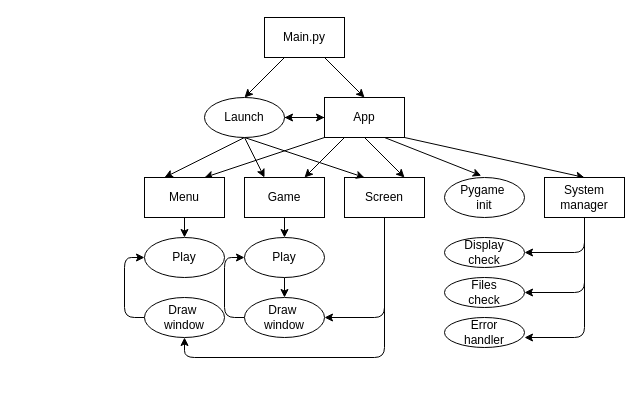
This is drawio.drawio from shaertiar/Python-Escape-from-Fight-Club, a draw.io file, before an edit. Source tidied: cells renumbered, new cells numbered last; positions are measured from the earlier drawing's top-left corner, leaving out a move shared by most shapes. Both pictures are drawn from the tidied source at 100%, with x=0, y=0 at pixel (124, 17).
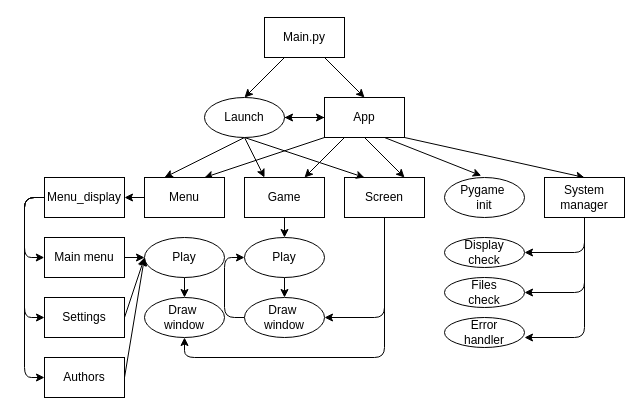
The same page after the edit.

The change refers to these unchanged cells:
```xml
<mxCell id="12" value="Menu&lt;br&gt;" style="whiteSpace=wrap;html=1;" parent="1" vertex="1">
  <mxGeometry x="20" y="160" width="80" height="40" as="geometry" />
</mxCell>
<mxCell id="33" value="Play&lt;br&gt;" style="ellipse;whiteSpace=wrap;html=1;" parent="1" vertex="1">
  <mxGeometry x="20" y="220" width="80" height="40" as="geometry" />
</mxCell>
<mxCell id="35" value="Draw&amp;nbsp;&lt;br&gt;window&lt;br&gt;" style="ellipse;whiteSpace=wrap;html=1;" parent="1" vertex="1">
  <mxGeometry x="20" y="280" width="80" height="40" as="geometry" />
</mxCell>
```

The edit, as a diff of the source:
```diff
@@
-    <mxCell id="11" style="edgeStyle=none;html=1;exitX=0.5;exitY=1;exitDx=0;exitDy=0;entryX=0.5;entryY=0;entryDx=0;entryDy=0;" parent="1" edge="1" source="12" target="33">
-      <mxGeometry relative="1" as="geometry" />
-    </mxCell>
+    <mxCell id="39" style="edgeStyle=none;html=1;exitX=0;exitY=0.5;exitDx=0;exitDy=0;entryX=1;entryY=0.5;entryDx=0;entryDy=0;" parent="1" edge="1" source="12" target="44">
+      <mxGeometry relative="1" as="geometry" />
+    </mxCell>
@@
+    <mxCell id="40" style="edgeStyle=none;html=1;exitX=0.5;exitY=1;exitDx=0;exitDy=0;entryX=0.5;entryY=0;entryDx=0;entryDy=0;" parent="1" edge="1" source="33" target="35">
+      <mxGeometry relative="1" as="geometry" />
+    </mxCell>
@@
-    <mxCell id="34" style="edgeStyle=none;html=1;exitX=0;exitY=0.5;exitDx=0;exitDy=0;entryX=0;entryY=0.5;entryDx=0;entryDy=0;" parent="1" edge="1" source="35" target="33">
-      <mxGeometry relative="1" as="geometry">
-        <Array as="points">
-          <mxPoint y="300" />
-          <mxPoint y="240" />
-        </Array>
-      </mxGeometry>
-    </mxCell>
@@
+    <mxCell id="41" style="edgeStyle=none;html=1;exitX=0;exitY=0.5;exitDx=0;exitDy=0;" parent="1" edge="1" source="44">
+      <mxGeometry relative="1" as="geometry">
+        <mxPoint x="-80.2" y="240" as="targetPoint" />
+        <Array as="points">
+          <mxPoint x="-100" y="180" />
+          <mxPoint x="-100" y="240" />
+        </Array>
+      </mxGeometry>
+    </mxCell>
+    <mxCell id="42" style="edgeStyle=none;html=1;exitX=0;exitY=0.5;exitDx=0;exitDy=0;entryX=0;entryY=0.5;entryDx=0;entryDy=0;" parent="1" edge="1" source="44" target="48">
+      <mxGeometry relative="1" as="geometry">
+        <Array as="points">
+          <mxPoint x="-100" y="180" />
+          <mxPoint x="-100" y="300" />
+        </Array>
+      </mxGeometry>
+    </mxCell>
+    <mxCell id="43" style="edgeStyle=none;html=1;exitX=0;exitY=0.5;exitDx=0;exitDy=0;entryX=0;entryY=0.5;entryDx=0;entryDy=0;" parent="1" edge="1" source="44" target="50">
+      <mxGeometry relative="1" as="geometry">
+        <Array as="points">
+          <mxPoint x="-100" y="180" />
+          <mxPoint x="-100" y="360" />
+        </Array>
+      </mxGeometry>
+    </mxCell>
+    <mxCell id="44" value="Menu_display&lt;br&gt;" style="whiteSpace=wrap;html=1;" parent="1" vertex="1">
+      <mxGeometry x="-80" y="160" width="80" height="40" as="geometry" />
+    </mxCell>
+    <mxCell id="45" style="edgeStyle=none;html=1;exitX=1;exitY=0.5;exitDx=0;exitDy=0;entryX=0;entryY=0.5;entryDx=0;entryDy=0;" parent="1" edge="1" source="46" target="33">
+      <mxGeometry relative="1" as="geometry" />
+    </mxCell>
+    <mxCell id="46" value="Main menu&lt;br&gt;" style="whiteSpace=wrap;html=1;" parent="1" vertex="1">
+      <mxGeometry x="-80" y="220" width="80" height="40" as="geometry" />
+    </mxCell>
+    <mxCell id="47" style="edgeStyle=none;html=1;exitX=1;exitY=0.5;exitDx=0;exitDy=0;" parent="1" edge="1" source="48">
+      <mxGeometry relative="1" as="geometry">
+        <mxPoint x="20" y="240" as="targetPoint" />
+      </mxGeometry>
+    </mxCell>
+    <mxCell id="48" value="Settings" style="whiteSpace=wrap;html=1;" parent="1" vertex="1">
+      <mxGeometry x="-80" y="280" width="80" height="40" as="geometry" />
+    </mxCell>
+    <mxCell id="49" style="edgeStyle=none;html=1;exitX=1;exitY=0.5;exitDx=0;exitDy=0;entryX=0;entryY=0.5;entryDx=0;entryDy=0;" parent="1" edge="1" source="50" target="33">
+      <mxGeometry relative="1" as="geometry" />
+    </mxCell>
+    <mxCell id="50" value="Authors&lt;br&gt;" style="whiteSpace=wrap;html=1;" parent="1" vertex="1">
+      <mxGeometry x="-80" y="340" width="80" height="40" as="geometry" />
+    </mxCell>
```
